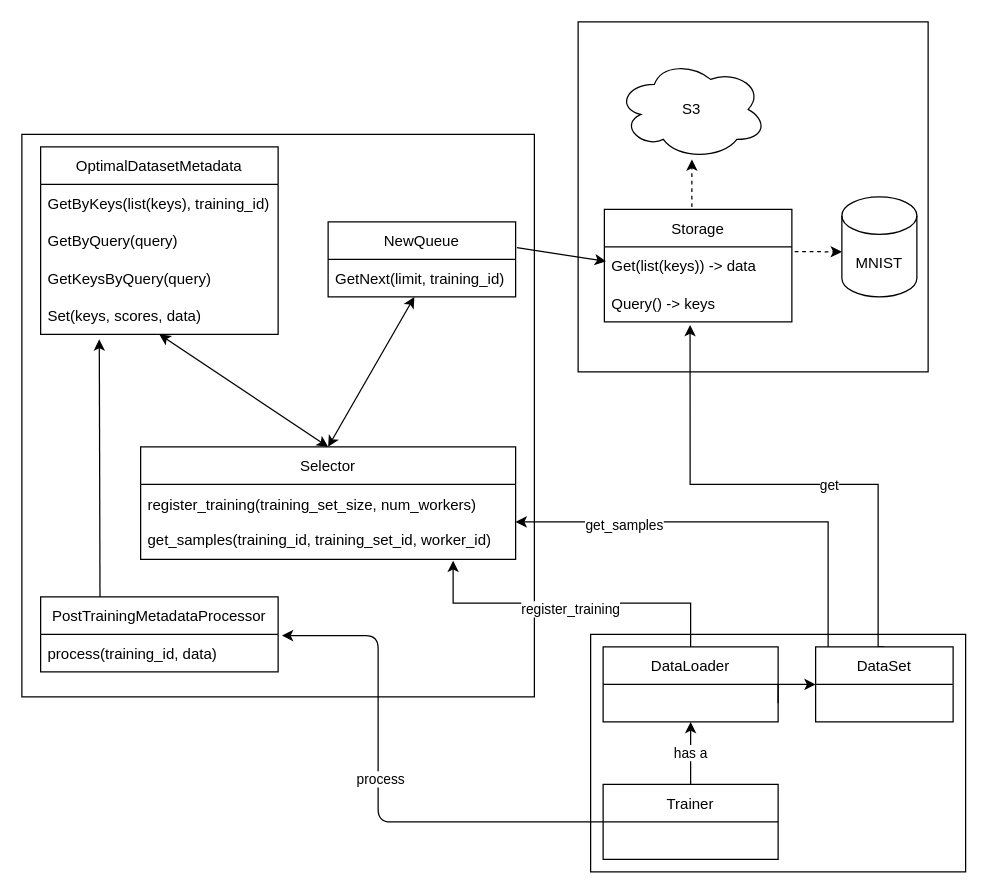
Before: docs/graphs/Architecture_new.drawio in eth-easl/modyn, a draw.io diagram. Source tidied: cells renumbered, new cells numbered last; positions are measured from the earlier drawing's top-left corner, leaving out a move shared by most shapes. Both pictures are drawn from the tidied source at 125%, with x=0, y=0 at pixel (21, 21).
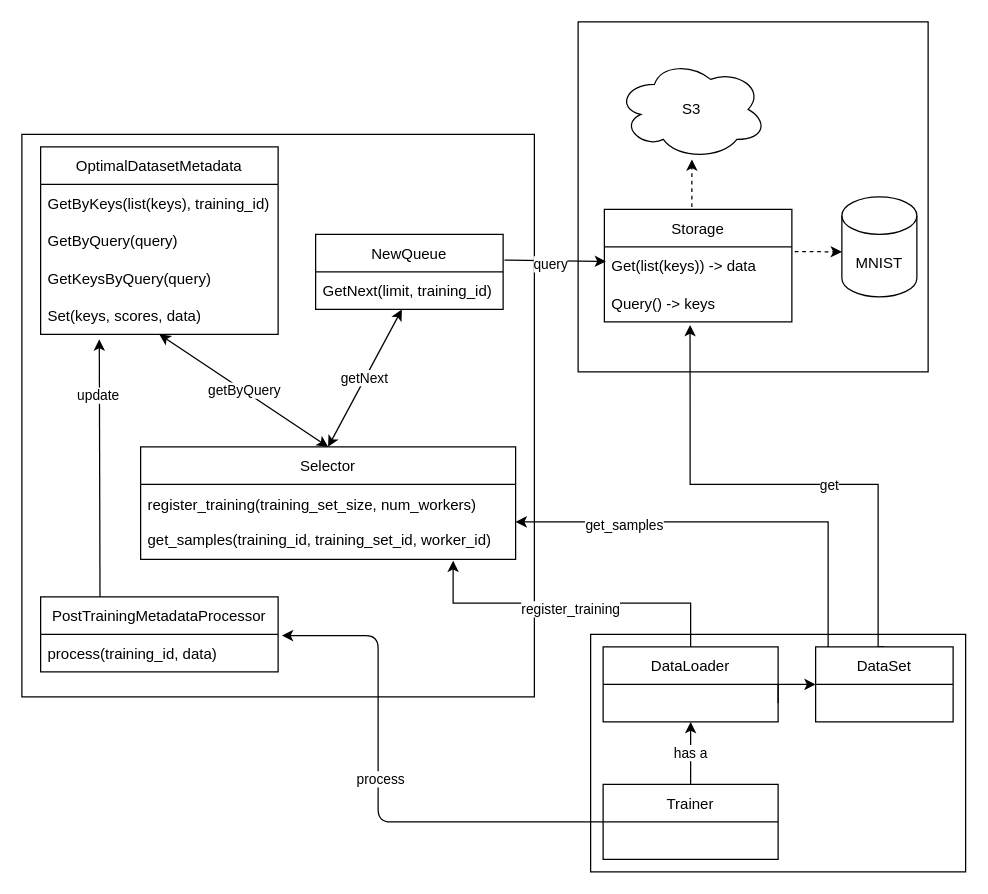
The same diagram, later.

The change refers to these unchanged cells:
```xml
<mxCell id="5" style="edgeStyle=none;html=1;exitX=1.007;exitY=0.344;exitDx=0;exitDy=0;entryX=0.009;entryY=0.053;entryDx=0;entryDy=0;entryPerimeter=0;exitPerimeter=0;" parent="1" edge="1" source="6">
  <mxGeometry relative="1" as="geometry">
    <mxPoint x="467.3" y="191.6" as="targetPoint" />
  </mxGeometry>
</mxCell>
<mxCell id="7" value="GetNext(limit, training_id)" style="text;strokeColor=none;fillColor=none;align=left;verticalAlign=middle;spacingLeft=4;spacingRight=4;overflow=hidden;points=[[0,0.5],[1,0.5]];portConstraint=eastwest;" parent="6" vertex="1">
  <mxGeometry y="30" width="150" height="30" as="geometry" />
</mxCell>
<mxCell id="12" value="Set(keys, scores, data)" style="text;strokeColor=none;fillColor=none;align=left;verticalAlign=middle;spacingLeft=4;spacingRight=4;overflow=hidden;points=[[0,0.5],[1,0.5]];portConstraint=eastwest;" parent="8" vertex="1">
  <mxGeometry y="120" width="190" height="30" as="geometry" />
</mxCell>
<mxCell id="13" value="Selector" style="swimlane;fontStyle=0;horizontal=1;startSize=30;" parent="1" vertex="1">
  <mxGeometry x="95" y="340" width="300" height="90" as="geometry" />
</mxCell>
<mxCell id="33" style="edgeStyle=none;html=1;exitX=0.25;exitY=0;exitDx=0;exitDy=0;entryX=0.247;entryY=1.133;entryDx=0;entryDy=0;entryPerimeter=0;" parent="1" edge="1" source="34" target="12">
  <mxGeometry relative="1" as="geometry" />
</mxCell>
```

What changed in the source:
```diff
@@
+    <mxCell id="41" value="query" style="edgeLabel;html=1;align=center;verticalAlign=middle;" parent="5" vertex="1">
+      <mxGeometry x="-0.12" y="-2" relative="1" as="geometry" />
+    </mxCell>
     <mxCell id="6" value="NewQueue" style="swimlane;fontStyle=0;horizontal=1;startSize=30;" parent="1" vertex="1">
-      <mxGeometry x="245" y="160" width="150" height="60" as="geometry" />
+      <mxGeometry x="235" y="170" width="150" height="60" as="geometry" />
     </mxCell>
@@
-    <mxCell id="15" style="endArrow=classic;startArrow=classic;html=1;exitX=0.5;exitY=0;exitDx=0;exitDy=0;entryX=0.46;entryY=1;entryDx=0;entryDy=0;entryPerimeter=0;" parent="1" edge="1" source="13" target="7">
+    <mxCell id="15" value="getNext" style="endArrow=classic;startArrow=classic;html=1;exitX=0.5;exitY=0;exitDx=0;exitDy=0;entryX=0.46;entryY=1;entryDx=0;entryDy=0;entryPerimeter=0;" parent="1" edge="1" source="13" target="7">
       <mxGeometry relative="1" as="geometry" />
     </mxCell>
-    <mxCell id="16" style="endArrow=classic;startArrow=classic;html=1;exitX=0.5;exitY=0;exitDx=0;exitDy=0;entryX=0.5;entryY=1;entryDx=0;entryDy=0;entryPerimeter=0;" parent="1" edge="1" source="13" target="12">
+    <mxCell id="16" value="getByQuery" style="endArrow=classic;startArrow=classic;html=1;exitX=0.5;exitY=0;exitDx=0;exitDy=0;entryX=0.5;entryY=1;entryDx=0;entryDy=0;entryPerimeter=0;" parent="1" edge="1" source="13" target="12">
       <mxGeometry relative="1" as="geometry" />
     </mxCell>
@@
+    <mxCell id="42" value="update" style="edgeLabel;html=1;align=center;verticalAlign=middle;" parent="33" vertex="1">
+      <mxGeometry x="0.57" y="2" relative="1" as="geometry" />
+    </mxCell>
```
